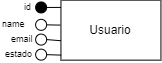
This is documentación/Diagrama EER/E-Usuario.png from i02rujuj/ucomi, a draw.io export, as it was before one commit. Source tidied: cells renumbered, new cells last; positions are measured from the earlier drawing's top-left corner, leaving out a move shared by most shapes.
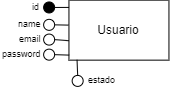
Later version of the same file.

The edit, as a diff of the source:
```diff
@@ -6,7 +6,7 @@
       <mxGeometry x="60.4" y="-0.3" width="100" height="60" as="geometry" />
     </mxCell>
     <mxCell id="3" value="name" style="text;html=1;strokeColor=none;fillColor=none;align=left;verticalAlign=middle;whiteSpace=wrap;rounded=0;fontSize=9;fontColor=#000000;direction=east;" parent="1" vertex="1">
-      <mxGeometry x="-0.1" y="18" width="42.2" height="12.5" as="geometry" />
+      <mxGeometry x="7.7" y="17.6" width="42.2" height="12.5" as="geometry" />
     </mxCell>
     <mxCell id="4" value="email" style="text;html=1;strokeColor=none;fillColor=none;align=left;verticalAlign=middle;whiteSpace=wrap;rounded=0;fontSize=9;fontColor=#000000;" parent="1" vertex="1">
       <mxGeometry x="8.7" y="31.1" width="86" height="15.5" as="geometry" />
@@ -38,8 +38,17 @@
     <mxCell id="13" style="endArrow=none;html=1;rounded=0;fontSize=10;entryX=1;entryY=0.5;entryDx=0;entryDy=0;strokeColor=#000000;fontColor=#000000;exitX=0.002;exitY=0.916;exitDx=0;exitDy=0;exitPerimeter=0;" parent="1" edge="1" source="2" target="12">
       <mxGeometry relative="1" as="geometry" />
     </mxCell>
-    <mxCell id="14" value="estado" style="text;html=1;strokeColor=none;fillColor=none;align=left;verticalAlign=middle;whiteSpace=wrap;rounded=0;fontSize=9;fontColor=#000000;direction=east;" parent="1" vertex="1">
-      <mxGeometry x="2.7" y="46.2" width="29.8" height="15.5" as="geometry" />
+    <mxCell id="14" value="password" style="text;html=1;strokeColor=none;fillColor=none;align=left;verticalAlign=middle;whiteSpace=wrap;rounded=0;fontSize=9;fontColor=#000000;direction=east;" parent="1" vertex="1">
+      <mxGeometry x="-8.3" y="46.2" width="29.8" height="15.5" as="geometry" />
     </mxCell>
+    <mxCell id="15" style="ellipse;whiteSpace=wrap;html=1;fillColor=#FFFFFF;strokeColor=#000000;fontColor=#000000;direction=east;" parent="1" vertex="1">
+      <mxGeometry x="63.7" y="74.9" width="11" height="11" as="geometry" />
+    </mxCell>
+    <mxCell id="16" style="endArrow=none;html=1;rounded=0;fontSize=10;entryX=0.081;entryY=0.995;entryDx=0;entryDy=0;strokeColor=#000000;fontColor=#000000;exitX=0.5;exitY=0;exitDx=0;exitDy=0;entryPerimeter=0;" parent="1" edge="1" source="15" target="2">
+      <mxGeometry relative="1" as="geometry" />
+    </mxCell>
+    <mxCell id="17" value="estado" style="text;html=1;strokeColor=none;fillColor=none;align=left;verticalAlign=middle;whiteSpace=wrap;rounded=0;fontSize=9;fontColor=#000000;direction=east;" parent="1" vertex="1">
+      <mxGeometry x="78.4" y="72.7" width="29.8" height="15.5" as="geometry" />
+    </mxCell>
   </root>
 </mxGraphModel>
```
